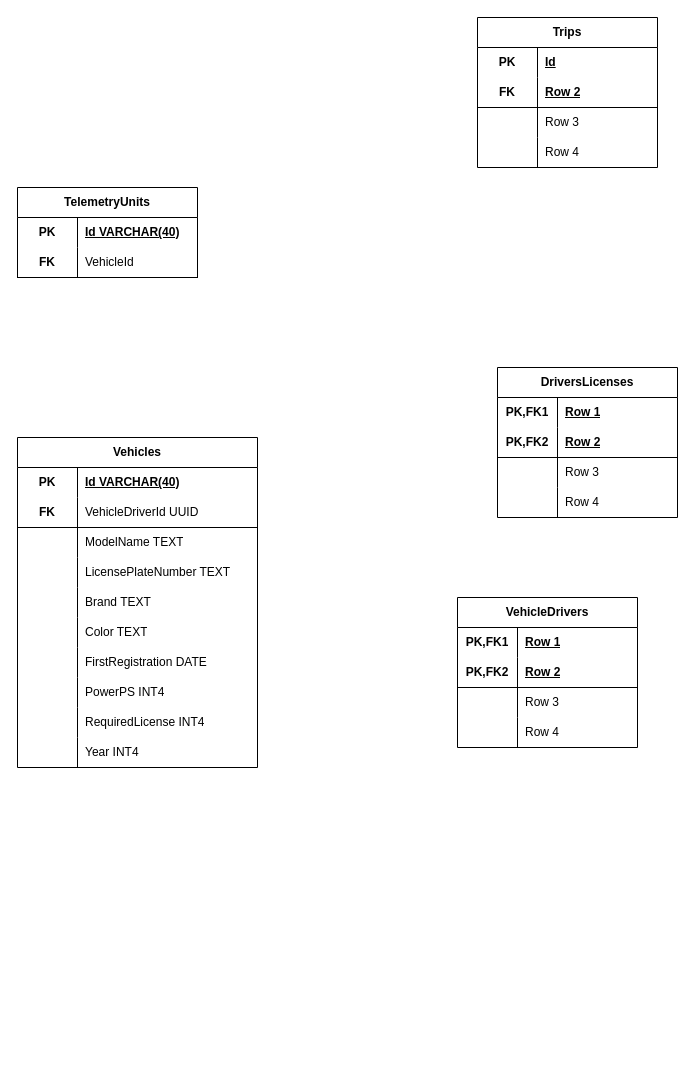
Before: ER_MainService.drawio in roger9867/FleetControl, a draw.io diagram. Source tidied: cells renumbered, new cells numbered last; positions are measured from the earlier drawing's top-left corner, leaving out a move shared by most shapes. Both pictures are drawn from the tidied source at 100%, with x=0, y=0 at pixel (17, 17).
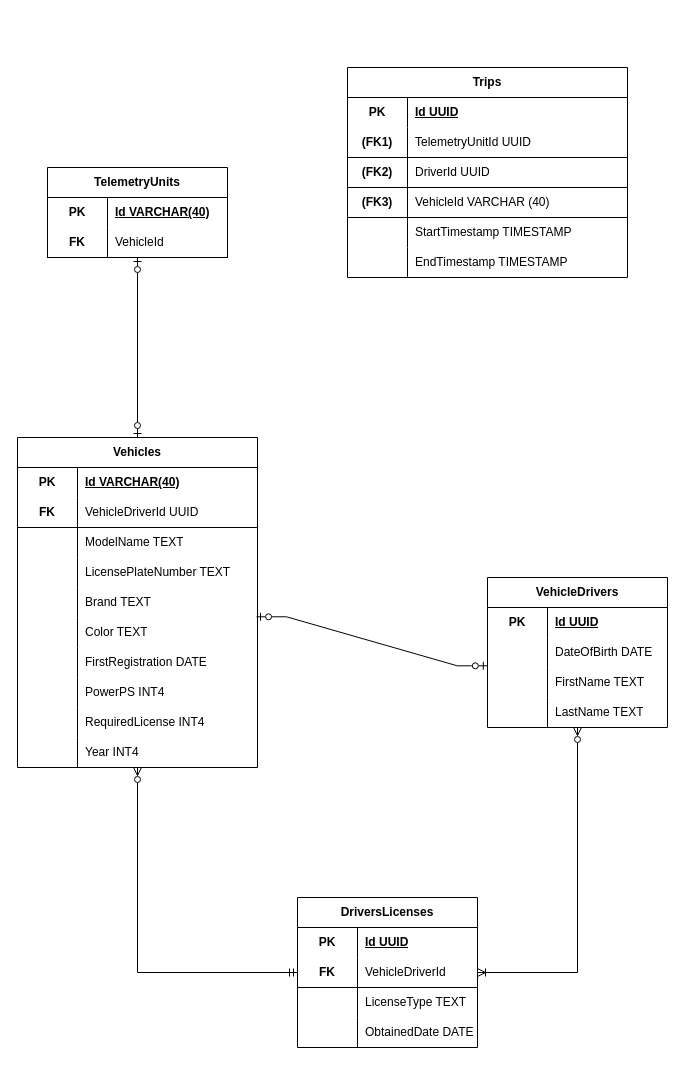
The same page after the edit.

Unchanged cells that the change refers to:
```xml
<mxCell id="10" style="shape=tableRow;horizontal=0;startSize=0;swimlaneHead=0;swimlaneBody=0;fillColor=none;top=0;left=0;right=0;bottom=0;html=1;" parent="9" vertex="1">
  <mxGeometry y="30" width="180" height="30" as="geometry" />
</mxCell>
<mxCell id="35" value="Vehicles" style="shape=table;startSize=30;childLayout=tableLayout;rowLines=0;fontStyle=1;align=center;html=1;whiteSpace=wrap;" parent="1" vertex="1">
  <mxGeometry y="420" width="240" height="330" as="geometry" />
</mxCell>
<mxCell id="51" style="shape=tableRow;horizontal=0;startSize=0;swimlaneHead=0;swimlaneBody=0;fillColor=none;points=[[0,0.5],[1,0.5]];portConstraint=eastwest;top=0;left=0;right=0;bottom=0;html=1;" parent="35" vertex="1">
  <mxGeometry y="180" width="240" height="30" as="geometry" />
</mxCell>
<mxCell id="67" style="shape=tableRow;horizontal=0;startSize=0;swimlaneHead=0;swimlaneBody=0;fillColor=none;top=0;left=0;right=0;bottom=0;html=1;" parent="66" vertex="1">
  <mxGeometry y="30" width="180" height="30" as="geometry" />
</mxCell>
<mxCell id="70" style="shape=tableRow;horizontal=0;startSize=0;swimlaneHead=0;swimlaneBody=0;fillColor=none;points=[[0,0.5],[1,0.5]];portConstraint=eastwest;top=0;left=0;right=0;bottom=1;html=1;" parent="66" vertex="1">
  <mxGeometry y="60" width="180" height="30" as="geometry" />
</mxCell>
<mxCell id="73" style="shape=tableRow;horizontal=0;startSize=0;swimlaneHead=0;swimlaneBody=0;fillColor=none;top=0;left=0;right=0;bottom=0;html=1;" parent="66" vertex="1">
  <mxGeometry y="90" width="180" height="30" as="geometry" />
</mxCell>
<mxCell id="76" style="shape=tableRow;horizontal=0;startSize=0;swimlaneHead=0;swimlaneBody=0;fillColor=none;top=0;left=0;right=0;bottom=0;html=1;" parent="66" vertex="1">
  <mxGeometry y="120" width="180" height="30" as="geometry" />
</mxCell>
```

Change to the diagram source:
```diff
@@
     <mxCell id="2" value="TelemetryUnits" style="shape=table;startSize=30;childLayout=tableLayout;rowLines=0;fontStyle=1;align=center;html=1;whiteSpace=wrap;" parent="1" vertex="1">
-      <mxGeometry y="170" width="180" height="90" as="geometry" />
+      <mxGeometry x="30" y="150" width="180" height="90" as="geometry" />
     </mxCell>
@@
     <mxCell id="9" value="VehicleDrivers" style="shape=table;startSize=30;childLayout=tableLayout;rowLines=0;fontStyle=1;align=center;html=1;whiteSpace=wrap;" parent="1" vertex="1">
-      <mxGeometry x="440" y="580" width="180" height="150" as="geometry" />
+      <mxGeometry x="470" y="560" width="180" height="150" as="geometry" />
     </mxCell>
@@
-    <mxCell id="11" value="PK,FK1" style="shape=partialRectangle;fillColor=none;top=0;left=0;bottom=0;right=0;fontStyle=1;overflow=hidden;html=1;whiteSpace=wrap;" parent="10" vertex="1">
+    <mxCell id="11" value="PK" style="shape=partialRectangle;fillColor=none;top=0;left=0;bottom=0;right=0;fontStyle=1;overflow=hidden;html=1;whiteSpace=wrap;" parent="10" vertex="1">
       <mxGeometry width="60" height="30" as="geometry" />
     </mxCell>
-    <mxCell id="12" value="Row 1" style="shape=partialRectangle;fillColor=none;top=0;left=0;bottom=0;right=0;align=left;spacingLeft=6;fontStyle=5;overflow=hidden;html=1;whiteSpace=wrap;" parent="10" vertex="1">
+    <mxCell id="12" value="Id UUID" style="shape=partialRectangle;fillColor=none;top=0;left=0;bottom=0;right=0;align=left;spacingLeft=6;fontStyle=5;overflow=hidden;html=1;whiteSpace=wrap;" parent="10" vertex="1">
       <mxGeometry x="60" width="120" height="30" as="geometry" />
     </mxCell>
-    <mxCell id="13" style="shape=tableRow;horizontal=0;startSize=0;swimlaneHead=0;swimlaneBody=0;fillColor=none;top=0;left=0;right=0;bottom=1;html=1;" parent="9" vertex="1">
-      <mxGeometry y="60" width="180" height="30" as="geometry" />
-    </mxCell>
-    <mxCell id="14" value="PK,FK2" style="shape=partialRectangle;fillColor=none;top=0;left=0;bottom=0;right=0;fontStyle=1;overflow=hidden;html=1;whiteSpace=wrap;" parent="13" vertex="1">
-      <mxGeometry width="60" height="30" as="geometry" />
-    </mxCell>
-    <mxCell id="15" value="Row 2" style="shape=partialRectangle;fillColor=none;top=0;left=0;bottom=0;right=0;align=left;spacingLeft=6;fontStyle=5;overflow=hidden;html=1;whiteSpace=wrap;" parent="13" vertex="1">
-      <mxGeometry x="60" width="120" height="30" as="geometry" />
-    </mxCell>
     <mxCell id="16" style="shape=tableRow;horizontal=0;startSize=0;swimlaneHead=0;swimlaneBody=0;fillColor=none;top=0;left=0;right=0;bottom=0;html=1;" parent="9" vertex="1">
-      <mxGeometry y="90" width="180" height="30" as="geometry" />
+      <mxGeometry y="60" width="180" height="30" as="geometry" />
     </mxCell>
@@
-    <mxCell id="18" value="Row 3" style="shape=partialRectangle;fillColor=none;top=0;left=0;bottom=0;right=0;align=left;spacingLeft=6;overflow=hidden;html=1;whiteSpace=wrap;" parent="16" vertex="1">
+    <mxCell id="18" value="DateOfBirth DATE" style="shape=partialRectangle;fillColor=none;top=0;left=0;bottom=0;right=0;align=left;spacingLeft=6;overflow=hidden;html=1;whiteSpace=wrap;" parent="16" vertex="1">
       <mxGeometry x="60" width="120" height="30" as="geometry" />
     </mxCell>
     <mxCell id="19" style="shape=tableRow;horizontal=0;startSize=0;swimlaneHead=0;swimlaneBody=0;fillColor=none;points=[[0,0.5],[1,0.5]];portConstraint=eastwest;top=0;left=0;right=0;bottom=0;html=1;" parent="9" vertex="1">
-      <mxGeometry y="120" width="180" height="30" as="geometry" />
+      <mxGeometry y="90" width="180" height="30" as="geometry" />
     </mxCell>
@@
-    <mxCell id="21" value="Row 4" style="shape=partialRectangle;fillColor=none;top=0;left=0;bottom=0;right=0;align=left;spacingLeft=6;overflow=hidden;html=1;whiteSpace=wrap;" parent="19" vertex="1">
+    <mxCell id="21" value="FirstName TEXT" style="shape=partialRectangle;fillColor=none;top=0;left=0;bottom=0;right=0;align=left;spacingLeft=6;overflow=hidden;html=1;whiteSpace=wrap;" parent="19" vertex="1">
       <mxGeometry x="60" width="120" height="30" as="geometry" />
     </mxCell>
+    <mxCell id="79" style="shape=tableRow;horizontal=0;startSize=0;swimlaneHead=0;swimlaneBody=0;fillColor=none;top=0;left=0;right=0;bottom=0;html=1;" parent="9" vertex="1">
+      <mxGeometry y="120" width="180" height="30" as="geometry" />
+    </mxCell>
+    <mxCell id="80" style="shape=partialRectangle;fillColor=none;top=0;left=0;bottom=0;right=0;overflow=hidden;html=1;whiteSpace=wrap;" parent="79" vertex="1">
+      <mxGeometry width="60" height="30" as="geometry" />
+    </mxCell>
+    <mxCell id="81" value="LastName TEXT" style="shape=partialRectangle;fillColor=none;top=0;left=0;bottom=0;right=0;align=left;spacingLeft=6;overflow=hidden;html=1;whiteSpace=wrap;" parent="79" vertex="1">
+      <mxGeometry x="60" width="120" height="30" as="geometry" />
+    </mxCell>
     <mxCell id="22" value="Trips" style="shape=table;startSize=30;childLayout=tableLayout;rowLines=0;fontStyle=1;align=center;html=1;whiteSpace=wrap;" parent="1" vertex="1">
-      <mxGeometry x="460" width="180" height="150" as="geometry" />
+      <mxGeometry x="330" y="50" width="280" height="210" as="geometry" />
     </mxCell>
     <mxCell id="23" style="shape=tableRow;horizontal=0;startSize=0;swimlaneHead=0;swimlaneBody=0;fillColor=none;top=0;left=0;right=0;bottom=0;html=1;" parent="22" vertex="1">
-      <mxGeometry y="30" width="180" height="30" as="geometry" />
+      <mxGeometry y="30" width="280" height="30" as="geometry" />
     </mxCell>
@@
-    <mxCell id="25" value="Id" style="shape=partialRectangle;fillColor=none;top=0;left=0;bottom=0;right=0;align=left;spacingLeft=6;fontStyle=5;overflow=hidden;html=1;whiteSpace=wrap;" parent="23" vertex="1">
-      <mxGeometry x="60" width="120" height="30" as="geometry" />
+    <mxCell id="25" value="Id UUID" style="shape=partialRectangle;fillColor=none;top=0;left=0;bottom=0;right=0;align=left;spacingLeft=6;fontStyle=5;overflow=hidden;html=1;whiteSpace=wrap;" parent="23" vertex="1">
+      <mxGeometry x="60" width="220" height="30" as="geometry" />
     </mxCell>
+    <mxCell id="82" style="shape=tableRow;horizontal=0;startSize=0;swimlaneHead=0;swimlaneBody=0;fillColor=none;top=0;left=0;right=0;bottom=1;html=1;" parent="22" vertex="1">
+      <mxGeometry y="60" width="280" height="30" as="geometry" />
+    </mxCell>
+    <mxCell id="83" value="(FK1)" style="shape=partialRectangle;fillColor=none;top=0;left=0;bottom=0;right=0;fontStyle=1;overflow=hidden;html=1;whiteSpace=wrap;" parent="82" vertex="1">
+      <mxGeometry width="60" height="30" as="geometry" />
+    </mxCell>
+    <mxCell id="84" value="TelemetryUnitId UUID" style="shape=partialRectangle;fillColor=none;top=0;left=0;bottom=0;right=0;align=left;spacingLeft=6;fontStyle=0;overflow=hidden;html=1;whiteSpace=wrap;" parent="82" vertex="1">
+      <mxGeometry x="60" width="220" height="30" as="geometry" />
+    </mxCell>
+    <mxCell id="85" style="shape=tableRow;horizontal=0;startSize=0;swimlaneHead=0;swimlaneBody=0;fillColor=none;top=0;left=0;right=0;bottom=1;html=1;" parent="22" vertex="1">
+      <mxGeometry y="90" width="280" height="30" as="geometry" />
+    </mxCell>
+    <mxCell id="86" value="(FK2)" style="shape=partialRectangle;fillColor=none;top=0;left=0;bottom=0;right=0;fontStyle=1;overflow=hidden;html=1;whiteSpace=wrap;" parent="85" vertex="1">
+      <mxGeometry width="60" height="30" as="geometry" />
+    </mxCell>
+    <mxCell id="87" value="DriverId UUID" style="shape=partialRectangle;fillColor=none;top=0;left=0;bottom=0;right=0;align=left;spacingLeft=6;fontStyle=0;overflow=hidden;html=1;whiteSpace=wrap;" parent="85" vertex="1">
+      <mxGeometry x="60" width="220" height="30" as="geometry" />
+    </mxCell>
     <mxCell id="26" style="shape=tableRow;horizontal=0;startSize=0;swimlaneHead=0;swimlaneBody=0;fillColor=none;top=0;left=0;right=0;bottom=1;html=1;" parent="22" vertex="1">
-      <mxGeometry y="60" width="180" height="30" as="geometry" />
+      <mxGeometry y="120" width="280" height="30" as="geometry" />
     </mxCell>
-    <mxCell id="27" value="FK" style="shape=partialRectangle;fillColor=none;top=0;left=0;bottom=0;right=0;fontStyle=1;overflow=hidden;html=1;whiteSpace=wrap;" parent="26" vertex="1">
+    <mxCell id="27" value="(FK3)" style="shape=partialRectangle;fillColor=none;top=0;left=0;bottom=0;right=0;fontStyle=1;overflow=hidden;html=1;whiteSpace=wrap;" parent="26" vertex="1">
       <mxGeometry width="60" height="30" as="geometry" />
     </mxCell>
-    <mxCell id="28" value="Row 2" style="shape=partialRectangle;fillColor=none;top=0;left=0;bottom=0;right=0;align=left;spacingLeft=6;fontStyle=5;overflow=hidden;html=1;whiteSpace=wrap;" parent="26" vertex="1">
-      <mxGeometry x="60" width="120" height="30" as="geometry" />
+    <mxCell id="28" value="VehicleId VARCHAR (40)" style="shape=partialRectangle;fillColor=none;top=0;left=0;bottom=0;right=0;align=left;spacingLeft=6;fontStyle=0;overflow=hidden;html=1;whiteSpace=wrap;" parent="26" vertex="1">
+      <mxGeometry x="60" width="220" height="30" as="geometry" />
     </mxCell>
     <mxCell id="29" style="shape=tableRow;horizontal=0;startSize=0;swimlaneHead=0;swimlaneBody=0;fillColor=none;top=0;left=0;right=0;bottom=0;html=1;" parent="22" vertex="1">
-      <mxGeometry y="90" width="180" height="30" as="geometry" />
+      <mxGeometry y="150" width="280" height="30" as="geometry" />
     </mxCell>
@@
-    <mxCell id="31" value="Row 3" style="shape=partialRectangle;fillColor=none;top=0;left=0;bottom=0;right=0;align=left;spacingLeft=6;overflow=hidden;html=1;whiteSpace=wrap;" parent="29" vertex="1">
-      <mxGeometry x="60" width="120" height="30" as="geometry" />
+    <mxCell id="31" value="StartTimestamp TIMESTAMP" style="shape=partialRectangle;fillColor=none;top=0;left=0;bottom=0;right=0;align=left;spacingLeft=6;overflow=hidden;html=1;whiteSpace=wrap;" parent="29" vertex="1">
+      <mxGeometry x="60" width="220" height="30" as="geometry" />
     </mxCell>
     <mxCell id="32" style="shape=tableRow;horizontal=0;startSize=0;swimlaneHead=0;swimlaneBody=0;fillColor=none;top=0;left=0;right=0;bottom=0;html=1;" parent="22" vertex="1">
-      <mxGeometry y="120" width="180" height="30" as="geometry" />
+      <mxGeometry y="180" width="280" height="30" as="geometry" />
     </mxCell>
@@
-    <mxCell id="34" value="Row 4" style="shape=partialRectangle;fillColor=none;top=0;left=0;bottom=0;right=0;align=left;spacingLeft=6;overflow=hidden;html=1;whiteSpace=wrap;" parent="32" vertex="1">
-      <mxGeometry x="60" width="120" height="30" as="geometry" />
+    <mxCell id="34" value="EndTimestamp TIMESTAMP" style="shape=partialRectangle;fillColor=none;top=0;left=0;bottom=0;right=0;align=left;spacingLeft=6;overflow=hidden;html=1;whiteSpace=wrap;" parent="32" vertex="1">
+      <mxGeometry x="60" width="220" height="30" as="geometry" />
     </mxCell>
+    <mxCell id="88" style="edgeStyle=orthogonalEdgeStyle;rounded=0;jettySize=auto;html=1;startArrow=ERzeroToOne;startFill=0;endArrow=ERzeroToOne;endFill=0;" parent="1" edge="1" source="35" target="2">
+      <mxGeometry relative="1" as="geometry" />
+    </mxCell>
+    <mxCell id="89" style="edgeStyle=orthogonalEdgeStyle;rounded=0;jettySize=auto;html=1;entryX=0;entryY=0.5;entryDx=0;entryDy=0;startArrow=ERzeroToMany;startFill=0;endArrow=ERmandOne;endFill=0;" parent="1" edge="1" source="35" target="70">
+      <mxGeometry relative="1" as="geometry" />
+    </mxCell>
@@
     <mxCell id="66" value="DriversLicenses" style="shape=table;startSize=30;childLayout=tableLayout;rowLines=0;fontStyle=1;align=center;html=1;whiteSpace=wrap;" parent="1" vertex="1">
-      <mxGeometry x="480" y="350" width="180" height="150" as="geometry" />
+      <mxGeometry x="280" y="880" width="180" height="150" as="geometry" />
     </mxCell>
@@
-    <mxCell id="68" value="PK,FK1" style="shape=partialRectangle;fillColor=none;top=0;left=0;bottom=0;right=0;fontStyle=1;overflow=hidden;html=1;whiteSpace=wrap;" parent="67" vertex="1">
+    <mxCell id="68" value="PK" style="shape=partialRectangle;fillColor=none;top=0;left=0;bottom=0;right=0;fontStyle=1;overflow=hidden;html=1;whiteSpace=wrap;" parent="67" vertex="1">
       <mxGeometry width="60" height="30" as="geometry" />
     </mxCell>
-    <mxCell id="69" value="Row 1" style="shape=partialRectangle;fillColor=none;top=0;left=0;bottom=0;right=0;align=left;spacingLeft=6;fontStyle=5;overflow=hidden;html=1;whiteSpace=wrap;" parent="67" vertex="1">
+    <mxCell id="69" value="Id UUID" style="shape=partialRectangle;fillColor=none;top=0;left=0;bottom=0;right=0;align=left;spacingLeft=6;fontStyle=5;overflow=hidden;html=1;whiteSpace=wrap;" parent="67" vertex="1">
       <mxGeometry x="60" width="120" height="30" as="geometry" />
     </mxCell>
@@
-    <mxCell id="71" value="PK,FK2" style="shape=partialRectangle;fillColor=none;top=0;left=0;bottom=0;right=0;fontStyle=1;overflow=hidden;html=1;whiteSpace=wrap;" parent="70" vertex="1">
+    <mxCell id="71" value="FK" style="shape=partialRectangle;fillColor=none;top=0;left=0;bottom=0;right=0;fontStyle=1;overflow=hidden;html=1;whiteSpace=wrap;" parent="70" vertex="1">
       <mxGeometry width="60" height="30" as="geometry" />
     </mxCell>
-    <mxCell id="72" value="Row 2" style="shape=partialRectangle;fillColor=none;top=0;left=0;bottom=0;right=0;align=left;spacingLeft=6;fontStyle=5;overflow=hidden;html=1;whiteSpace=wrap;" parent="70" vertex="1">
+    <mxCell id="72" value="VehicleDriverId" style="shape=partialRectangle;fillColor=none;top=0;left=0;bottom=0;right=0;align=left;spacingLeft=6;fontStyle=0;overflow=hidden;html=1;whiteSpace=wrap;" parent="70" vertex="1">
       <mxGeometry x="60" width="120" height="30" as="geometry" />
     </mxCell>
@@
-    <mxCell id="75" value="Row 3" style="shape=partialRectangle;fillColor=none;top=0;left=0;bottom=0;right=0;align=left;spacingLeft=6;overflow=hidden;html=1;whiteSpace=wrap;" parent="73" vertex="1">
+    <mxCell id="75" value="LicenseType TEXT" style="shape=partialRectangle;fillColor=none;top=0;left=0;bottom=0;right=0;align=left;spacingLeft=6;overflow=hidden;html=1;whiteSpace=wrap;" parent="73" vertex="1">
       <mxGeometry x="60" width="120" height="30" as="geometry" />
     </mxCell>
@@
-    <mxCell id="78" value="Row 4" style="shape=partialRectangle;fillColor=none;top=0;left=0;bottom=0;right=0;align=left;spacingLeft=6;overflow=hidden;html=1;whiteSpace=wrap;" parent="76" vertex="1">
+    <mxCell id="78" value="ObtainedDate DATE" style="shape=partialRectangle;fillColor=none;top=0;left=0;bottom=0;right=0;align=left;spacingLeft=6;overflow=hidden;html=1;whiteSpace=wrap;" parent="76" vertex="1">
       <mxGeometry x="60" width="120" height="30" as="geometry" />
     </mxCell>
+    <mxCell id="90" style="edgeStyle=entityRelationEdgeStyle;fontSize=12;html=1;endArrow=ERzeroToOne;startArrow=ERzeroToOne;rounded=0;entryX=-0.001;entryY=-0.056;entryDx=0;entryDy=0;entryPerimeter=0;exitX=0.996;exitY=-0.023;exitDx=0;exitDy=0;exitPerimeter=0;startFill=0;endFill=0;" parent="1" edge="1" source="51" target="19">
+      <mxGeometry relative="1" as="geometry" />
+    </mxCell>
+    <mxCell id="91" style="edgeStyle=orthogonalEdgeStyle;rounded=0;jettySize=auto;html=1;entryX=1;entryY=0.5;entryDx=0;entryDy=0;startArrow=ERzeroToMany;startFill=0;endArrow=ERoneToMany;endFill=0;" parent="1" edge="1" source="9" target="70">
+      <mxGeometry relative="1" as="geometry" />
+    </mxCell>
```
